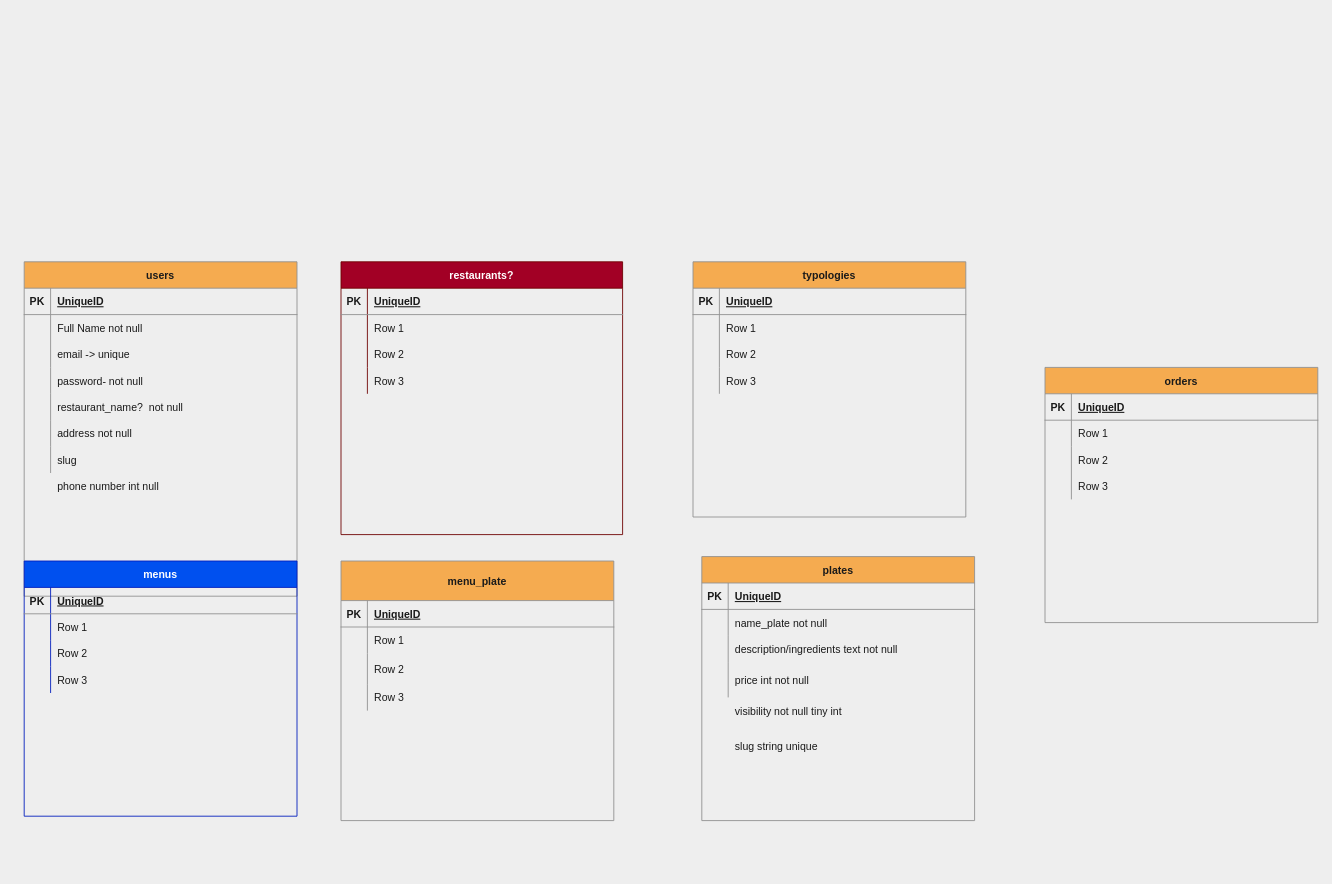
Earlier version of the draw.io diagram db_tables.drawio (Alfredloz/fast-n-food). Source tidied: cells renumbered, new cells numbered last; positions are measured from the earlier drawing's top-left corner, leaving out a move shared by most shapes. Both pictures are drawn from the tidied source at 88%, with x=0, y=0 at pixel (24, 261).
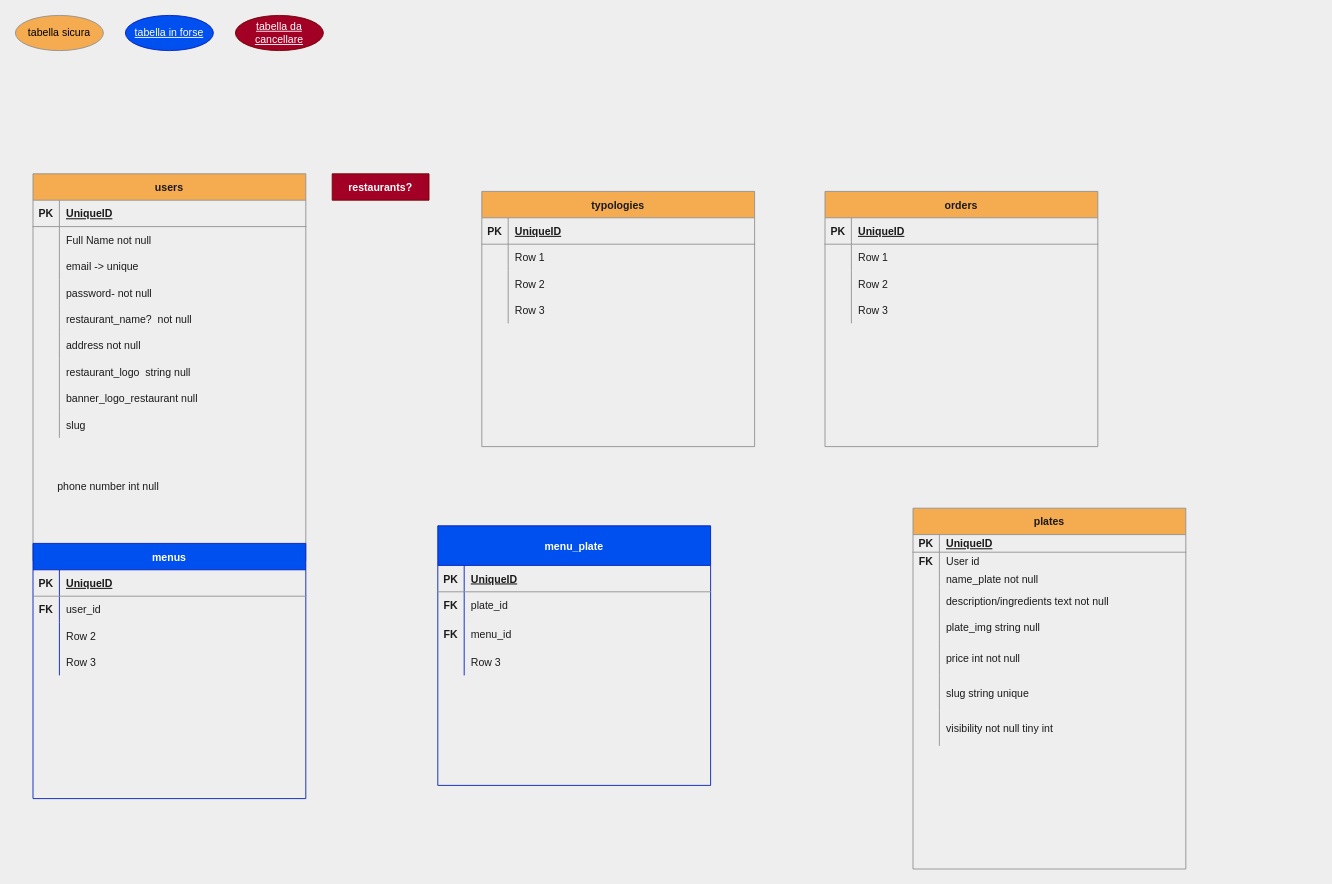
The same page after the edit.

Commit message:
aggiunta colonne nelle tabelle e modifche

Unchanged cells that the change refers to:
```xml
<mxCell id="54" style="shape=partialRectangle;fillColor=none;top=0;left=0;bottom=0;right=0;strokeColor=#909090;fontColor=#1A1A1A;" parent="50" vertex="1">
  <mxGeometry y="60" width="310" height="30" as="geometry" />
</mxCell>
<mxCell id="93" style="shape=partialRectangle;fillColor=none;top=0;left=0;bottom=0;right=0;strokeColor=#909090;fontColor=#1A1A1A;" parent="89" vertex="1">
  <mxGeometry y="75" width="310" height="30" as="geometry" />
</mxCell>
<mxCell id="96" style="shape=partialRectangle;fillColor=none;top=0;left=0;bottom=0;right=0;strokeColor=#909090;fontColor=#1A1A1A;" parent="89" vertex="1">
  <mxGeometry y="105" width="310" height="35" as="geometry" />
</mxCell>
```

Diff of the diagram source:
```diff
@@
     <mxCell id="2" value="users" style="shape=table;startSize=30;childLayout=tableLayout;rowLines=0;fontStyle=1;align=center;fillColor=#F5AB50;strokeColor=#909090;fontColor=#1A1A1A;" parent="1" vertex="1">
-      <mxGeometry width="310" height="380" as="geometry" />
+      <mxGeometry x="10" y="-100" width="310" height="440" as="geometry" />
     </mxCell>
@@
+    <mxCell id="107" style="shape=partialRectangle;fillColor=none;top=0;left=0;bottom=0;right=0;strokeColor=#909090;fontColor=#1A1A1A;" parent="2" vertex="1">
+      <mxGeometry y="210" width="310" height="30" as="geometry" />
+    </mxCell>
+    <mxCell id="108" style="shape=partialRectangle;fillColor=none;top=0;left=0;bottom=0;right=0;overflow=hidden;strokeColor=#909090;fontColor=#1A1A1A;" parent="107" vertex="1">
+      <mxGeometry width="30" height="30" as="geometry" />
+    </mxCell>
+    <mxCell id="109" value="restaurant_logo  string null" style="shape=partialRectangle;fillColor=none;top=0;left=0;bottom=0;right=0;align=left;spacingLeft=6;overflow=hidden;strokeColor=#909090;fontColor=#1A1A1A;" parent="107" vertex="1">
+      <mxGeometry x="30" width="280" height="30" as="geometry" />
+    </mxCell>
+    <mxCell id="110" style="shape=partialRectangle;fillColor=none;top=0;left=0;bottom=0;right=0;strokeColor=#909090;fontColor=#1A1A1A;" parent="2" vertex="1">
+      <mxGeometry y="240" width="310" height="30" as="geometry" />
+    </mxCell>
+    <mxCell id="111" style="shape=partialRectangle;fillColor=none;top=0;left=0;bottom=0;right=0;overflow=hidden;strokeColor=#909090;fontColor=#1A1A1A;" parent="110" vertex="1">
+      <mxGeometry width="30" height="30" as="geometry" />
+    </mxCell>
+    <mxCell id="112" value="banner_logo_restaurant null" style="shape=partialRectangle;fillColor=none;top=0;left=0;bottom=0;right=0;align=left;spacingLeft=6;overflow=hidden;strokeColor=#909090;fontColor=#1A1A1A;" parent="110" vertex="1">
+      <mxGeometry x="30" width="280" height="30" as="geometry" />
+    </mxCell>
     <mxCell id="21" style="shape=partialRectangle;fillColor=none;top=0;left=0;bottom=0;right=0;strokeColor=#909090;fontColor=#1A1A1A;" parent="2" vertex="1">
-      <mxGeometry y="210" width="310" height="30" as="geometry" />
+      <mxGeometry y="270" width="310" height="30" as="geometry" />
     </mxCell>
@@
-    <mxCell id="24" value="restaurants?" style="shape=table;startSize=30;childLayout=tableLayout;rowLines=0;fontStyle=1;align=center;fillColor=#a20025;strokeColor=#6F0000;fontColor=#ffffff;" parent="1" vertex="1">
-      <mxGeometry x="360" width="320" height="310" as="geometry" />
+    <mxCell id="24" value="restaurants?" style="shape=table;startSize=30;childLayout=tableLayout;rowLines=0;fontStyle=1;align=center;fillColor=#a20025;strokeColor=#6F0000;fontColor=#ffffff;" parent="1" vertex="1" collapsed="1">
+      <mxGeometry x="350" y="-100" width="110" height="30" as="geometry" />
     </mxCell>
-    <mxCell id="25" style="shape=partialRectangle;fillColor=none;top=0;left=0;bottom=1;right=0;strokeColor=#909090;fontColor=#1A1A1A;" parent="24" vertex="1">
-      <mxGeometry y="30" width="320" height="30" as="geometry" />
-    </mxCell>
-    <mxCell id="26" value="PK" style="shape=partialRectangle;fillColor=none;top=0;left=0;bottom=0;right=0;fontStyle=1;overflow=hidden;strokeColor=#909090;fontColor=#1A1A1A;" parent="25" vertex="1">
-      <mxGeometry width="30" height="30" as="geometry" />
-    </mxCell>
-    <mxCell id="27" value="UniqueID" style="shape=partialRectangle;fillColor=none;top=0;left=0;bottom=0;right=0;align=left;spacingLeft=6;fontStyle=5;overflow=hidden;strokeColor=#909090;fontColor=#1A1A1A;" parent="25" vertex="1">
-      <mxGeometry x="30" width="290" height="30" as="geometry" />
-    </mxCell>
-    <mxCell id="28" style="shape=partialRectangle;fillColor=none;top=0;left=0;bottom=0;right=0;strokeColor=#909090;fontColor=#1A1A1A;" parent="24" vertex="1">
-      <mxGeometry y="60" width="320" height="30" as="geometry" />
-    </mxCell>
-    <mxCell id="29" style="shape=partialRectangle;fillColor=none;top=0;left=0;bottom=0;right=0;overflow=hidden;strokeColor=#909090;fontColor=#1A1A1A;" parent="28" vertex="1">
-      <mxGeometry width="30" height="30" as="geometry" />
-    </mxCell>
-    <mxCell id="30" value="Row 1" style="shape=partialRectangle;fillColor=none;top=0;left=0;bottom=0;right=0;align=left;spacingLeft=6;overflow=hidden;strokeColor=#909090;fontColor=#1A1A1A;" parent="28" vertex="1">
-      <mxGeometry x="30" width="290" height="30" as="geometry" />
-    </mxCell>
-    <mxCell id="31" style="shape=partialRectangle;fillColor=none;top=0;left=0;bottom=0;right=0;strokeColor=#909090;fontColor=#1A1A1A;" parent="24" vertex="1">
-      <mxGeometry y="90" width="320" height="30" as="geometry" />
-    </mxCell>
-    <mxCell id="32" style="shape=partialRectangle;fillColor=none;top=0;left=0;bottom=0;right=0;overflow=hidden;strokeColor=#909090;fontColor=#1A1A1A;" parent="31" vertex="1">
-      <mxGeometry width="30" height="30" as="geometry" />
-    </mxCell>
-    <mxCell id="33" value="Row 2" style="shape=partialRectangle;fillColor=none;top=0;left=0;bottom=0;right=0;align=left;spacingLeft=6;overflow=hidden;strokeColor=#909090;fontColor=#1A1A1A;" parent="31" vertex="1">
-      <mxGeometry x="30" width="290" height="30" as="geometry" />
-    </mxCell>
-    <mxCell id="34" style="shape=partialRectangle;fillColor=none;top=0;left=0;bottom=0;right=0;strokeColor=#909090;fontColor=#1A1A1A;" parent="24" vertex="1">
-      <mxGeometry y="120" width="320" height="30" as="geometry" />
-    </mxCell>
-    <mxCell id="35" style="shape=partialRectangle;fillColor=none;top=0;left=0;bottom=0;right=0;overflow=hidden;strokeColor=#909090;fontColor=#1A1A1A;" parent="34" vertex="1">
-      <mxGeometry width="30" height="30" as="geometry" />
-    </mxCell>
-    <mxCell id="36" value="Row 3" style="shape=partialRectangle;fillColor=none;top=0;left=0;bottom=0;right=0;align=left;spacingLeft=6;overflow=hidden;strokeColor=#909090;fontColor=#1A1A1A;" parent="34" vertex="1">
-      <mxGeometry x="30" width="290" height="30" as="geometry" />
-    </mxCell>
     <mxCell id="37" value="typologies" style="shape=table;startSize=30;childLayout=tableLayout;rowLines=0;fontStyle=1;align=center;fillColor=#F5AB50;strokeColor=#909090;fontColor=#1A1A1A;" parent="1" vertex="1">
-      <mxGeometry x="760" width="310" height="290" as="geometry" />
+      <mxGeometry x="520" y="-80" width="310" height="290" as="geometry" />
     </mxCell>
@@
     <mxCell id="50" value="menus" style="shape=table;startSize=30;childLayout=tableLayout;rowLines=0;fontStyle=1;align=center;fillColor=#0050ef;strokeColor=#001DBC;fontColor=#ffffff;" parent="1" vertex="1">
-      <mxGeometry y="340" width="310" height="290" as="geometry" />
+      <mxGeometry x="10" y="320" width="310" height="290" as="geometry" />
     </mxCell>
@@
-    <mxCell id="55" style="shape=partialRectangle;fillColor=none;top=0;left=0;bottom=0;right=0;overflow=hidden;strokeColor=#909090;fontColor=#1A1A1A;" parent="54" vertex="1">
+    <mxCell id="55" value="FK" style="shape=partialRectangle;fillColor=none;top=0;left=0;bottom=0;right=0;overflow=hidden;strokeColor=#909090;fontColor=#1A1A1A;fontStyle=1;" parent="54" vertex="1">
       <mxGeometry width="30" height="30" as="geometry" />
     </mxCell>
-    <mxCell id="56" value="Row 1" style="shape=partialRectangle;fillColor=none;top=0;left=0;bottom=0;right=0;align=left;spacingLeft=6;overflow=hidden;strokeColor=#909090;fontColor=#1A1A1A;" parent="54" vertex="1">
+    <mxCell id="56" value="user_id" style="shape=partialRectangle;fillColor=none;top=0;left=0;bottom=0;right=0;align=left;spacingLeft=6;overflow=hidden;strokeColor=#909090;fontColor=#1A1A1A;" parent="54" vertex="1">
       <mxGeometry x="30" width="280" height="30" as="geometry" />
     </mxCell>
@@
     <mxCell id="63" value="plates" style="shape=table;startSize=30;childLayout=tableLayout;rowLines=0;fontStyle=1;align=center;fillColor=#F5AB50;strokeColor=#909090;fontColor=#1A1A1A;" parent="1" vertex="1">
-      <mxGeometry x="770" y="335" width="310" height="300" as="geometry" />
+      <mxGeometry x="1010" y="280" width="310" height="410" as="geometry" />
     </mxCell>
     <mxCell id="64" style="shape=partialRectangle;fillColor=none;top=0;left=0;bottom=1;right=0;strokeColor=#909090;fontColor=#1A1A1A;" parent="63" vertex="1">
-      <mxGeometry y="30" width="310" height="30" as="geometry" />
+      <mxGeometry y="30" width="310" height="20" as="geometry" />
     </mxCell>
     <mxCell id="65" value="PK" style="shape=partialRectangle;fillColor=none;top=0;left=0;bottom=0;right=0;fontStyle=1;overflow=hidden;strokeColor=#909090;fontColor=#1A1A1A;" parent="64" vertex="1">
-      <mxGeometry width="30" height="30" as="geometry" />
+      <mxGeometry width="30" height="20" as="geometry" />
     </mxCell>
     <mxCell id="66" value="UniqueID" style="shape=partialRectangle;fillColor=none;top=0;left=0;bottom=0;right=0;align=left;spacingLeft=6;fontStyle=5;overflow=hidden;strokeColor=#909090;fontColor=#1A1A1A;" parent="64" vertex="1">
-      <mxGeometry x="30" width="280" height="30" as="geometry" />
+      <mxGeometry x="30" width="280" height="20" as="geometry" />
     </mxCell>
     <mxCell id="67" style="shape=partialRectangle;fillColor=none;top=0;left=0;bottom=0;right=0;strokeColor=#909090;fontColor=#1A1A1A;" parent="63" vertex="1">
-      <mxGeometry y="60" width="310" height="30" as="geometry" />
+      <mxGeometry y="50" width="310" height="20" as="geometry" />
     </mxCell>
-    <mxCell id="68" style="shape=partialRectangle;fillColor=none;top=0;left=0;bottom=0;right=0;overflow=hidden;strokeColor=#909090;fontColor=#1A1A1A;" parent="67" vertex="1">
-      <mxGeometry width="30" height="30" as="geometry" />
+    <mxCell id="68" value="FK" style="shape=partialRectangle;fillColor=none;top=0;left=0;bottom=0;right=0;overflow=hidden;strokeColor=#909090;fontColor=#1A1A1A;fontStyle=1;" parent="67" vertex="1">
+      <mxGeometry width="30" height="20" as="geometry" />
     </mxCell>
-    <mxCell id="69" value="name_plate not null" style="shape=partialRectangle;fillColor=none;top=0;left=0;bottom=0;right=0;align=left;spacingLeft=6;overflow=hidden;strokeColor=#909090;fontColor=#1A1A1A;" parent="67" vertex="1">
-      <mxGeometry x="30" width="280" height="30" as="geometry" />
+    <mxCell id="69" value="User id" style="shape=partialRectangle;fillColor=none;top=0;left=0;bottom=0;right=0;align=left;spacingLeft=6;overflow=hidden;strokeColor=#909090;fontColor=#1A1A1A;" parent="67" vertex="1">
+      <mxGeometry x="30" width="280" height="20" as="geometry" />
     </mxCell>
+    <mxCell id="113" style="shape=partialRectangle;fillColor=none;top=0;left=0;bottom=0;right=0;strokeColor=#909090;fontColor=#1A1A1A;" parent="63" vertex="1">
+      <mxGeometry y="70" width="310" height="20" as="geometry" />
+    </mxCell>
+    <mxCell id="114" style="shape=partialRectangle;fillColor=none;top=0;left=0;bottom=0;right=0;overflow=hidden;strokeColor=#909090;fontColor=#1A1A1A;" parent="113" vertex="1">
+      <mxGeometry width="30" height="20" as="geometry" />
+    </mxCell>
+    <mxCell id="115" value="name_plate not null" style="shape=partialRectangle;fillColor=none;top=0;left=0;bottom=0;right=0;align=left;spacingLeft=6;overflow=hidden;strokeColor=#909090;fontColor=#1A1A1A;" parent="113" vertex="1">
+      <mxGeometry x="30" width="280" height="20" as="geometry" />
+    </mxCell>
@@
+    <mxCell id="116" style="shape=partialRectangle;fillColor=none;top=0;left=0;bottom=0;right=0;strokeColor=#909090;fontColor=#1A1A1A;" parent="63" vertex="1">
+      <mxGeometry y="120" width="310" height="30" as="geometry" />
+    </mxCell>
+    <mxCell id="117" style="shape=partialRectangle;fillColor=none;top=0;left=0;bottom=0;right=0;overflow=hidden;strokeColor=#909090;fontColor=#1A1A1A;" parent="116" vertex="1">
+      <mxGeometry width="30" height="30" as="geometry" />
+    </mxCell>
+    <mxCell id="118" value="plate_img string null" style="shape=partialRectangle;fillColor=none;top=0;left=0;bottom=0;right=0;align=left;spacingLeft=6;overflow=hidden;strokeColor=#909090;fontColor=#1A1A1A;" parent="116" vertex="1">
+      <mxGeometry x="30" width="280" height="30" as="geometry" />
+    </mxCell>
     <mxCell id="73" style="shape=partialRectangle;fillColor=none;top=0;left=0;bottom=0;right=0;strokeColor=#909090;fontColor=#1A1A1A;" parent="63" vertex="1">
-      <mxGeometry y="120" width="310" height="40" as="geometry" />
+      <mxGeometry y="150" width="310" height="40" as="geometry" />
     </mxCell>
@@
+    <mxCell id="119" style="shape=partialRectangle;fillColor=none;top=0;left=0;bottom=0;right=0;strokeColor=#909090;fontColor=#1A1A1A;" parent="63" vertex="1">
+      <mxGeometry y="190" width="310" height="40" as="geometry" />
+    </mxCell>
+    <mxCell id="120" style="shape=partialRectangle;fillColor=none;top=0;left=0;bottom=0;right=0;overflow=hidden;strokeColor=#909090;fontColor=#1A1A1A;" parent="119" vertex="1">
+      <mxGeometry width="30" height="40" as="geometry" />
+    </mxCell>
+    <mxCell id="106" value="slug string unique" style="shape=partialRectangle;fillColor=none;top=0;left=0;bottom=0;right=0;align=left;spacingLeft=6;overflow=hidden;strokeColor=#909090;fontColor=#1A1A1A;" parent="119" vertex="1">
+      <mxGeometry x="30" width="280" height="40" as="geometry" />
+    </mxCell>
+    <mxCell id="121" style="shape=partialRectangle;fillColor=none;top=0;left=0;bottom=0;right=0;strokeColor=#909090;fontColor=#1A1A1A;" parent="63" vertex="1">
+      <mxGeometry y="230" width="310" height="40" as="geometry" />
+    </mxCell>
+    <mxCell id="122" style="shape=partialRectangle;fillColor=none;top=0;left=0;bottom=0;right=0;overflow=hidden;strokeColor=#909090;fontColor=#1A1A1A;" parent="121" vertex="1">
+      <mxGeometry width="30" height="40" as="geometry" />
+    </mxCell>
+    <mxCell id="105" value="visibility not null tiny int" style="shape=partialRectangle;fillColor=none;top=0;left=0;bottom=0;right=0;align=left;spacingLeft=6;overflow=hidden;strokeColor=#909090;fontColor=#1A1A1A;" parent="121" vertex="1">
+      <mxGeometry x="30" width="280" height="40" as="geometry" />
+    </mxCell>
     <mxCell id="76" value="orders" style="shape=table;startSize=30;childLayout=tableLayout;rowLines=0;fontStyle=1;align=center;fillColor=#F5AB50;strokeColor=#909090;fontColor=#1A1A1A;" parent="1" vertex="1">
-      <mxGeometry x="1160" y="120" width="310" height="290" as="geometry" />
+      <mxGeometry x="910" y="-80" width="310" height="290" as="geometry" />
     </mxCell>
@@
-    <mxCell id="89" value="menu_plate" style="shape=table;startSize=45;childLayout=tableLayout;rowLines=0;fontStyle=1;align=center;fillColor=#F5AB50;strokeColor=#909090;fontColor=#1A1A1A;" parent="1" vertex="1">
-      <mxGeometry x="360" y="340" width="310" height="295" as="geometry" />
+    <mxCell id="89" value="menu_plate" style="shape=table;startSize=45;childLayout=tableLayout;rowLines=0;fontStyle=1;align=center;fillColor=#0050ef;strokeColor=#001DBC;fontColor=#ffffff;" parent="1" vertex="1">
+      <mxGeometry x="470" y="300" width="310" height="295" as="geometry" />
     </mxCell>
@@
-    <mxCell id="94" style="shape=partialRectangle;fillColor=none;top=0;left=0;bottom=0;right=0;overflow=hidden;strokeColor=#909090;fontColor=#1A1A1A;" parent="93" vertex="1">
+    <mxCell id="94" value="FK" style="shape=partialRectangle;fillColor=none;top=0;left=0;bottom=0;right=0;overflow=hidden;strokeColor=#909090;fontColor=#1A1A1A;fontStyle=1;" parent="93" vertex="1">
       <mxGeometry width="30" height="30" as="geometry" />
     </mxCell>
-    <mxCell id="95" value="Row 1" style="shape=partialRectangle;fillColor=none;top=0;left=0;bottom=0;right=0;align=left;spacingLeft=6;overflow=hidden;strokeColor=#909090;fontColor=#1A1A1A;" parent="93" vertex="1">
+    <mxCell id="95" value="plate_id" style="shape=partialRectangle;fillColor=none;top=0;left=0;bottom=0;right=0;align=left;spacingLeft=6;overflow=hidden;strokeColor=#909090;fontColor=#1A1A1A;" parent="93" vertex="1">
       <mxGeometry x="30" width="280" height="30" as="geometry" />
     </mxCell>
@@
-    <mxCell id="97" style="shape=partialRectangle;fillColor=none;top=0;left=0;bottom=0;right=0;overflow=hidden;strokeColor=#909090;fontColor=#1A1A1A;" parent="96" vertex="1">
+    <mxCell id="97" value="FK" style="shape=partialRectangle;fillColor=none;top=0;left=0;bottom=0;right=0;overflow=hidden;strokeColor=#909090;fontColor=#1A1A1A;fontStyle=1;" parent="96" vertex="1">
       <mxGeometry width="30" height="35" as="geometry" />
     </mxCell>
-    <mxCell id="98" value="Row 2" style="shape=partialRectangle;fillColor=none;top=0;left=0;bottom=0;right=0;align=left;spacingLeft=6;overflow=hidden;strokeColor=#909090;fontColor=#1A1A1A;" parent="96" vertex="1">
+    <mxCell id="98" value="menu_id" style="shape=partialRectangle;fillColor=none;top=0;left=0;bottom=0;right=0;align=left;spacingLeft=6;overflow=hidden;strokeColor=#909090;fontColor=#1A1A1A;" parent="96" vertex="1">
       <mxGeometry x="30" width="280" height="35" as="geometry" />
     </mxCell>
@@
-    <mxCell id="103" style="shape=partialRectangle;fillColor=none;top=0;left=0;bottom=0;right=0;strokeColor=#909090;fontColor=#1A1A1A;" parent="1" vertex="1">
-      <mxGeometry x="770" y="490" width="310" height="40" as="geometry" />
-    </mxCell>
-    <mxCell id="104" style="shape=partialRectangle;fillColor=none;top=0;left=0;bottom=0;right=0;overflow=hidden;strokeColor=#909090;fontColor=#1A1A1A;" parent="103" vertex="1">
-      <mxGeometry width="30" height="40" as="geometry" />
-    </mxCell>
-    <mxCell id="105" value="visibility not null tiny int" style="shape=partialRectangle;fillColor=none;top=0;left=0;bottom=0;right=0;align=left;spacingLeft=6;overflow=hidden;strokeColor=#909090;fontColor=#1A1A1A;" parent="103" vertex="1">
-      <mxGeometry x="30" width="280" height="40" as="geometry" />
-    </mxCell>
-    <mxCell id="106" value="slug string unique" style="shape=partialRectangle;fillColor=none;top=0;left=0;bottom=0;right=0;align=left;spacingLeft=6;overflow=hidden;strokeColor=#909090;fontColor=#1A1A1A;" parent="1" vertex="1">
-      <mxGeometry x="800" y="530" width="280" height="40" as="geometry" />
-    </mxCell>
+    <mxCell id="123" value="tabella sicura" style="ellipse;whiteSpace=wrap;html=1;align=center;rounded=0;sketch=0;strokeColor=#909090;fillColor=#F5AB50;fontColor=#000000;" parent="1" vertex="1">
+      <mxGeometry x="-10" y="-280" width="100" height="40" as="geometry" />
+    </mxCell>
+    <mxCell id="124" value="tabella in forse" style="ellipse;whiteSpace=wrap;html=1;align=center;fontStyle=4;rounded=0;sketch=0;strokeColor=#001DBC;fillColor=#0050ef;fontColor=#ffffff;" parent="1" vertex="1">
+      <mxGeometry x="115" y="-280" width="100" height="40" as="geometry" />
+    </mxCell>
+    <mxCell id="125" value="tabella da cancellare" style="ellipse;whiteSpace=wrap;html=1;align=center;fontStyle=4;rounded=0;sketch=0;strokeColor=#6F0000;fillColor=#a20025;fontColor=#ffffff;" parent="1" vertex="1">
+      <mxGeometry x="240" y="-280" width="100" height="40" as="geometry" />
+    </mxCell>
```
